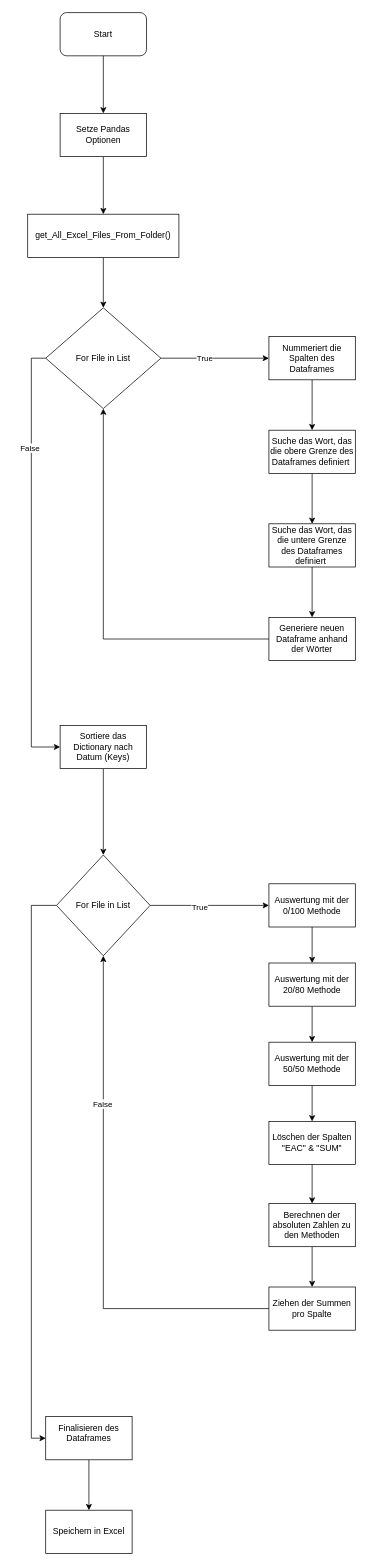
Before: ablaufdiagramm.drawio in INKSec/Diagramme, a draw.io diagram. Source tidied: cells renumbered, new cells numbered last; positions are measured from the earlier drawing's top-left corner, leaving out a move shared by most shapes. Both pictures are drawn from the tidied source at 72%, with x=0, y=0 at pixel (27, 12).
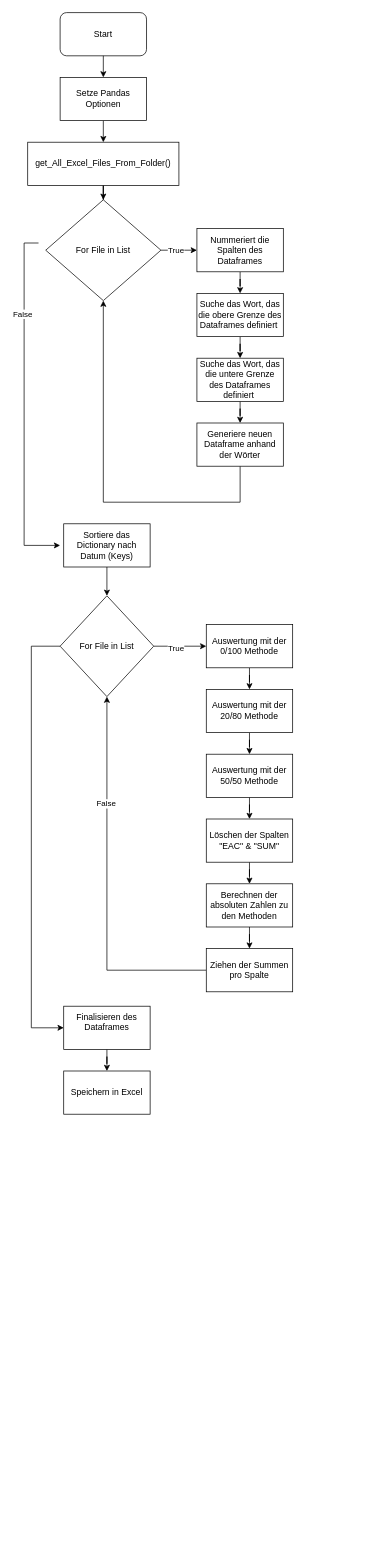
After the change.

Unchanged cells that the change refers to:
```xml
<mxCell id="2" value="Start" style="rounded=1;whiteSpace=wrap;html=1;" parent="1" vertex="1">
  <mxGeometry x="45" width="120" height="60" as="geometry" />
</mxCell>
```

The edit, as a diff of the source:
```diff
@@
-    <mxCell id="3" style="endArrow=classic;html=1;rounded=0;exitX=0.5;exitY=1;exitDx=0;exitDy=0;entryX=0.5;entryY=0;entryDx=0;entryDy=0;" parent="1" edge="1" source="2">
-      <mxGeometry relative="1" as="geometry">
-        <mxPoint x="105" y="140" as="targetPoint" />
-      </mxGeometry>
+    <mxCell id="3" style="endArrow=classic;html=1;rounded=0;exitX=0.5;exitY=1;exitDx=0;exitDy=0;entryX=0.5;entryY=0;entryDx=0;entryDy=0;" parent="1" edge="1" source="2" target="5">
+      <mxGeometry relative="1" as="geometry" />
     </mxCell>
@@
     <mxCell id="5" value="Setze Pandas Optionen" style="rounded=0;whiteSpace=wrap;html=1;" parent="1" vertex="1">
-      <mxGeometry x="45" y="140" width="120" height="60" as="geometry" />
+      <mxGeometry x="45" y="90" width="120" height="60" as="geometry" />
     </mxCell>
@@
     <mxCell id="7" value="get_All_Excel_Files_From_Folder()" style="rounded=0;whiteSpace=wrap;html=1;" parent="1" vertex="1">
-      <mxGeometry y="280" width="210" height="60" as="geometry" />
+      <mxGeometry y="180" width="210" height="60" as="geometry" />
     </mxCell>
@@
-    <mxCell id="10" style="edgeStyle=orthogonalEdgeStyle;rounded=0;jettySize=auto;html=1;entryX=0;entryY=0.5;entryDx=0;entryDy=0;" parent="1" edge="1" source="12" target="22">
+    <mxCell id="10" style="edgeStyle=orthogonalEdgeStyle;rounded=0;orthogonalLoop=1;jettySize=auto;html=1;exitX=0;exitY=0.5;exitDx=0;exitDy=0;" parent="1" edge="1">
       <mxGeometry relative="1" as="geometry">
+        <mxPoint x="15" y="320" as="sourcePoint" />
+        <mxPoint x="45" y="740" as="targetPoint" />
         <Array as="points">
-          <mxPoint x="5" y="480" />
-          <mxPoint x="5" y="1020" />
+          <mxPoint x="-5" y="320" />
+          <mxPoint x="-5" y="740" />
+          <mxPoint x="40" y="740" />
         </Array>
       </mxGeometry>
     </mxCell>
@@
     <mxCell id="12" value="For File in List" style="rhombus;whiteSpace=wrap;html=1;" parent="1" vertex="1">
-      <mxGeometry x="25" y="410" width="160" height="140" as="geometry" />
+      <mxGeometry x="25" y="260" width="160" height="140" as="geometry" />
     </mxCell>
@@
     <mxCell id="14" value="Nummeriert die Spalten des Dataframes" style="rounded=0;whiteSpace=wrap;html=1;" parent="1" vertex="1">
-      <mxGeometry x="335" y="450" width="120" height="60" as="geometry" />
+      <mxGeometry x="235" y="300" width="120" height="60" as="geometry" />
     </mxCell>
@@
     <mxCell id="16" value="Suche das Wort, das die obere Grenze des Dataframes definiert&amp;nbsp;" style="rounded=0;whiteSpace=wrap;html=1;" parent="1" vertex="1">
-      <mxGeometry x="335" y="580" width="120" height="60" as="geometry" />
+      <mxGeometry x="235" y="390" width="120" height="60" as="geometry" />
     </mxCell>
@@
     <mxCell id="18" value="Suche das Wort, das die untere Grenze des Dataframes definiert&amp;nbsp;" style="rounded=0;whiteSpace=wrap;html=1;" parent="1" vertex="1">
-      <mxGeometry x="335" y="710" width="120" height="60" as="geometry" />
+      <mxGeometry x="235" y="480" width="120" height="60" as="geometry" />
     </mxCell>
-    <mxCell id="19" style="edgeStyle=orthogonalEdgeStyle;rounded=0;jettySize=auto;html=1;entryX=0.5;entryY=1;entryDx=0;entryDy=0;" parent="1" edge="1" source="20" target="12">
+    <mxCell id="19" style="edgeStyle=orthogonalEdgeStyle;rounded=0;jettySize=auto;html=1;entryX=0.5;entryY=1;entryDx=0;entryDy=0;exitX=0.5;exitY=1;exitDx=0;exitDy=0;" parent="1" edge="1" source="20" target="12">
       <mxGeometry relative="1" as="geometry">
         <Array as="points">
-          <mxPoint x="105" y="870" />
+          <mxPoint x="295" y="680" />
+          <mxPoint x="105" y="680" />
         </Array>
       </mxGeometry>
     </mxCell>
     <mxCell id="20" value="Generiere neuen Dataframe anhand der Wörter" style="rounded=0;whiteSpace=wrap;html=1;" parent="1" vertex="1">
-      <mxGeometry x="335" y="840" width="120" height="60" as="geometry" />
+      <mxGeometry x="235" y="570" width="120" height="60" as="geometry" />
     </mxCell>
@@
     <mxCell id="22" value="Sortiere das Dictionary nach Datum (Keys)" style="rounded=0;whiteSpace=wrap;html=1;" parent="1" vertex="1">
-      <mxGeometry x="45" y="990" width="120" height="60" as="geometry" />
+      <mxGeometry x="50" y="710" width="120" height="60" as="geometry" />
     </mxCell>
@@
     <mxCell id="25" style="edgeStyle=orthogonalEdgeStyle;rounded=0;jettySize=auto;html=1;entryX=0;entryY=0.5;entryDx=0;entryDy=0;" parent="1" edge="1" source="26" target="41">
       <mxGeometry relative="1" as="geometry">
         <Array as="points">
-          <mxPoint x="5" y="1240" />
-          <mxPoint x="5" y="1980" />
+          <mxPoint x="5" y="880" />
+          <mxPoint x="5" y="1410" />
         </Array>
       </mxGeometry>
     </mxCell>
     <mxCell id="26" value="For File in List" style="rhombus;whiteSpace=wrap;html=1;" parent="1" vertex="1">
-      <mxGeometry x="40" y="1170" width="130" height="140" as="geometry" />
+      <mxGeometry x="45" y="810" width="130" height="140" as="geometry" />
     </mxCell>
@@
     <mxCell id="28" value="Auswertung mit der 0/100 Methode" style="rounded=0;whiteSpace=wrap;html=1;" parent="1" vertex="1">
-      <mxGeometry x="335" y="1210" width="120" height="60" as="geometry" />
+      <mxGeometry x="248" y="850" width="120" height="60" as="geometry" />
     </mxCell>
@@
     <mxCell id="30" value="Auswertung mit der 20/80 Methode" style="rounded=0;whiteSpace=wrap;html=1;" parent="1" vertex="1">
-      <mxGeometry x="335" y="1320" width="120" height="60" as="geometry" />
+      <mxGeometry x="248" y="940" width="120" height="60" as="geometry" />
     </mxCell>
@@
     <mxCell id="32" value="Auswertung mit der 50/50 Methode" style="rounded=0;whiteSpace=wrap;html=1;" parent="1" vertex="1">
-      <mxGeometry x="335" y="1430" width="120" height="60" as="geometry" />
+      <mxGeometry x="248" y="1030" width="120" height="60" as="geometry" />
     </mxCell>
@@
     <mxCell id="34" value="Löschen der Spalten &quot;EAC&quot; &amp;amp; &quot;SUM&quot;" style="rounded=0;whiteSpace=wrap;html=1;" parent="1" vertex="1">
-      <mxGeometry x="335" y="1540" width="120" height="60" as="geometry" />
+      <mxGeometry x="248" y="1120" width="120" height="60" as="geometry" />
     </mxCell>
@@
     <mxCell id="36" value="Berechnen der absoluten Zahlen zu den Methoden" style="rounded=0;whiteSpace=wrap;html=1;" parent="1" vertex="1">
-      <mxGeometry x="335" y="1654" width="120" height="60" as="geometry" />
+      <mxGeometry x="248" y="1210" width="120" height="60" as="geometry" />
     </mxCell>
@@
     <mxCell id="39" value="Ziehen der Summen pro Spalte" style="rounded=0;whiteSpace=wrap;html=1;" parent="1" vertex="1">
-      <mxGeometry x="335" y="1770" width="120" height="60" as="geometry" />
+      <mxGeometry x="248" y="1300" width="120" height="60" as="geometry" />
     </mxCell>
@@
     <mxCell id="41" value="Finalisieren des Dataframes&lt;div&gt;&lt;br&gt;&lt;/div&gt;" style="rounded=0;whiteSpace=wrap;html=1;" parent="1" vertex="1">
-      <mxGeometry x="25" y="1950" width="120" height="60" as="geometry" />
+      <mxGeometry x="50" y="1380" width="120" height="60" as="geometry" />
     </mxCell>
     <mxCell id="42" value="Speichern in Excel" style="rounded=0;whiteSpace=wrap;html=1;" parent="1" vertex="1">
-      <mxGeometry x="25" y="2080" width="120" height="60" as="geometry" />
+      <mxGeometry x="50" y="1470" width="120" height="60" as="geometry" />
     </mxCell>
```
